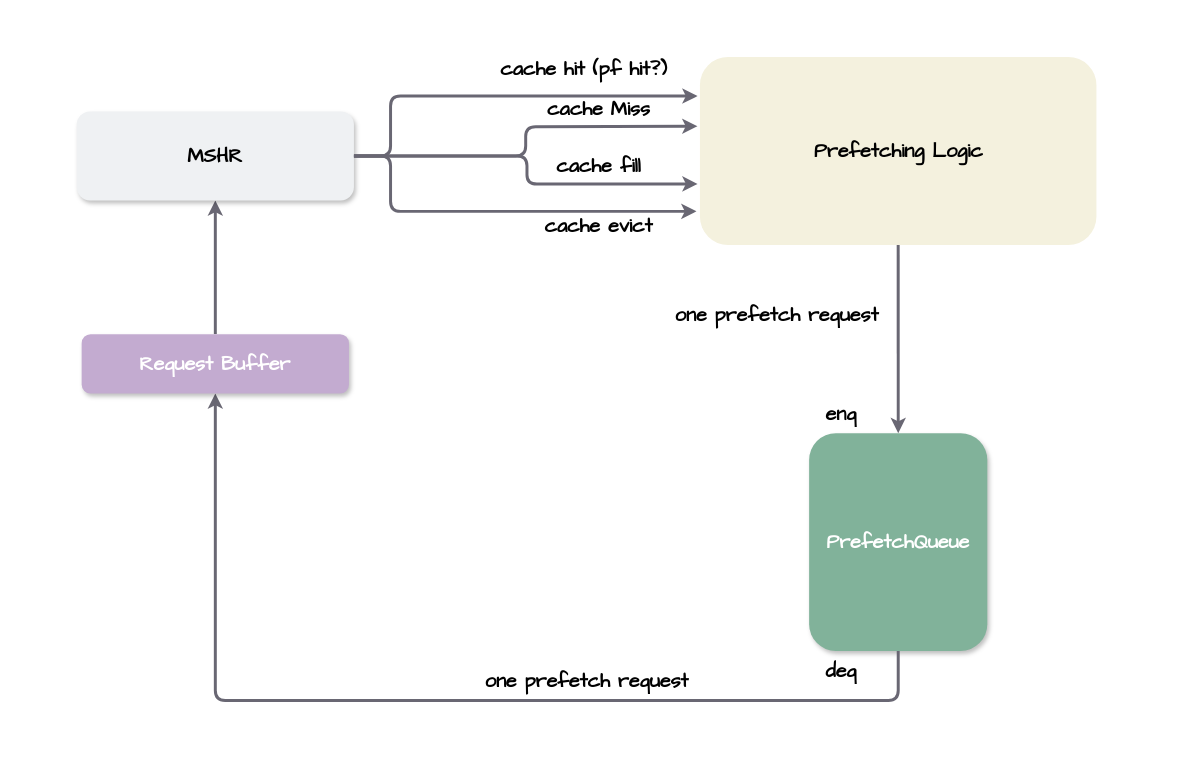
This is page "RTL prefetcher" (4 of 5) of ampm.drawio from miaochenlu/Draw, a draw.io file, before an edit. Source tidied: cells renumbered, new cells numbered last; positions are measured from the earlier drawing's top-left corner, leaving out a move shared by most shapes. Both pictures are drawn from the tidied source at 99%, with x=0, y=0 at pixel (76, 49).
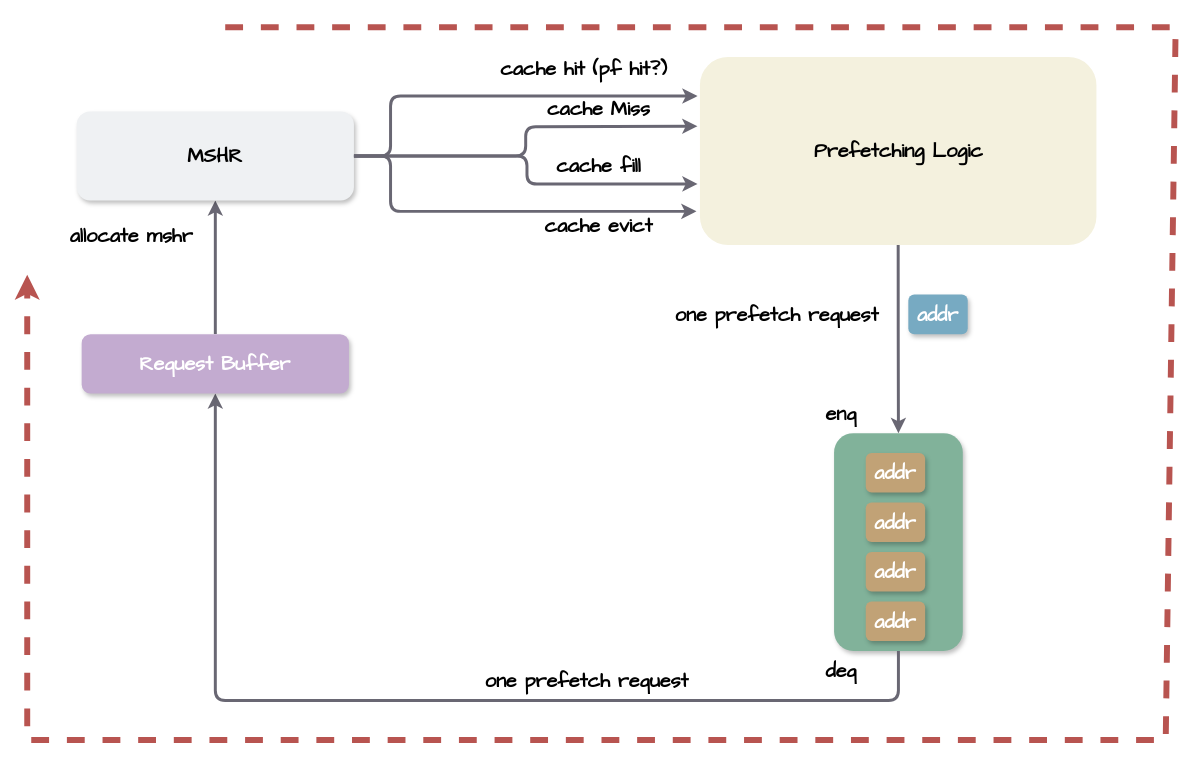
After the change.

Diff of the diagram source:
```diff
@@
-    <mxCell id="3" value="PrefetchQueue" style="whiteSpace=wrap;html=1;fontSize=20;fontFamily=Comic Sans MS;fillColor=#81b29a;strokeColor=none;fontColor=#FFFFFF;rounded=1;strokeWidth=2;shadow=1;glass=0;comic=0;gradientColor=none;fontStyle=1;" parent="1" vertex="1">
-      <mxGeometry x="739.8" y="388" width="180" height="220" as="geometry" />
+    <mxCell id="3" style="whiteSpace=wrap;html=1;fontSize=20;fontFamily=Comic Sans MS;fillColor=#81b29a;strokeColor=none;fontColor=#FFFFFF;rounded=1;strokeWidth=2;shadow=1;glass=0;comic=0;gradientColor=none;fontStyle=1;" parent="1" vertex="1">
+      <mxGeometry x="765" y="388" width="130" height="220" as="geometry" />
     </mxCell>
@@
+    <mxCell id="21" value="&lt;font face=&quot;Comic Sans MS&quot; style=&quot;font-size: 20px;&quot;&gt;allocate mshr&lt;/font&gt;" style="text;html=1;align=center;verticalAlign=middle;strokeColor=none;fillColor=none;fontStyle=1;" parent="1" vertex="1">
+      <mxGeometry x="-20" y="168" width="150" height="40" as="geometry" />
+    </mxCell>
+    <mxCell id="22" value="addr" style="whiteSpace=wrap;html=1;fontFamily=Comic Sans MS;strokeWidth=2;fillColor=#c1a276;strokeColor=none;fontColor=#FFFFFF;rounded=1;shadow=1;glass=0;comic=0;gradientColor=none;fontStyle=1;fontSize=20;" parent="1" vertex="1">
+      <mxGeometry x="797" y="408" width="60" height="40" as="geometry" />
+    </mxCell>
+    <mxCell id="23" value="addr" style="whiteSpace=wrap;html=1;fontFamily=Comic Sans MS;strokeWidth=2;fillColor=#c1a276;strokeColor=none;fontColor=#FFFFFF;rounded=1;shadow=1;glass=0;comic=0;gradientColor=none;fontStyle=1;fontSize=20;" parent="1" vertex="1">
+      <mxGeometry x="797" y="458" width="60" height="40" as="geometry" />
+    </mxCell>
+    <mxCell id="24" value="addr" style="whiteSpace=wrap;html=1;fontFamily=Comic Sans MS;strokeWidth=2;fillColor=#c1a276;strokeColor=none;fontColor=#FFFFFF;rounded=1;shadow=1;glass=0;comic=0;gradientColor=none;fontStyle=1;fontSize=20;" parent="1" vertex="1">
+      <mxGeometry x="797" y="508" width="60" height="40" as="geometry" />
+    </mxCell>
+    <mxCell id="25" value="addr" style="whiteSpace=wrap;html=1;fontFamily=Comic Sans MS;strokeWidth=2;fillColor=#c1a276;strokeColor=none;fontColor=#FFFFFF;rounded=1;shadow=1;glass=0;comic=0;gradientColor=none;fontStyle=1;fontSize=20;" parent="1" vertex="1">
+      <mxGeometry x="797" y="558" width="60" height="40" as="geometry" />
+    </mxCell>
+    <mxCell id="26" value="addr" style="whiteSpace=wrap;html=1;fontFamily=Comic Sans MS;strokeWidth=2;fillColor=#77aac2;strokeColor=none;fontColor=#FFFFFF;rounded=1;shadow=1;glass=0;comic=0;gradientColor=none;fontStyle=1;fontSize=20;" parent="1" vertex="1">
+      <mxGeometry x="840" y="248" width="60" height="40" as="geometry" />
+    </mxCell>
+    <mxCell id="27" style="endArrow=classic;html=1;rounded=0;strokeWidth=6;endFill=1;fillColor=#f8cecc;strokeColor=#b85450;dashed=1;jumpStyle=arc;" parent="1" edge="1">
+      <mxGeometry relative="1" as="geometry">
+        <mxPoint x="150" y="-22" as="sourcePoint" />
+        <mxPoint x="-50" y="228" as="targetPoint" />
+        <Array as="points">
+          <mxPoint x="1110" y="-22" />
+          <mxPoint x="1100" y="698" />
+          <mxPoint x="-50" y="698" />
+        </Array>
+      </mxGeometry>
+    </mxCell>
```
